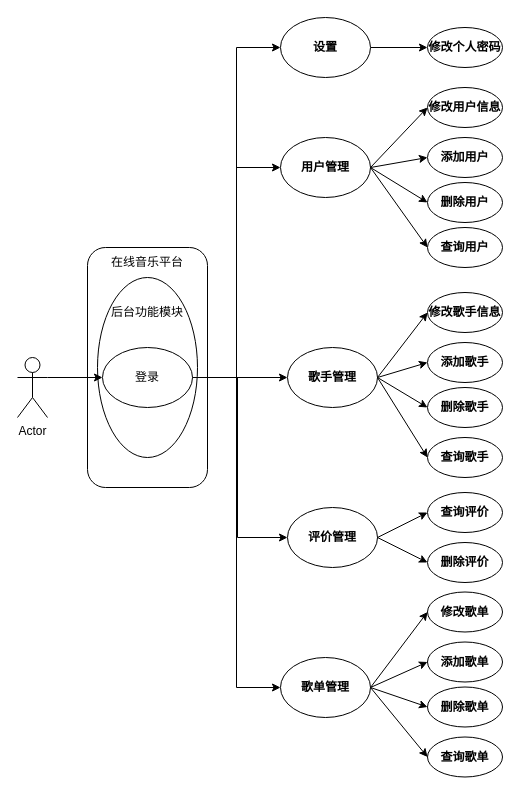
This is 2.drawio from ARUIIIII/ARUIIIII, a draw.io file, before an edit. Source tidied: cells renumbered, new cells numbered last; positions are measured from the earlier drawing's top-left corner, leaving out a move shared by most shapes. Both pictures are drawn from the tidied source at 100%, with x=0, y=0 at pixel (17, 17).
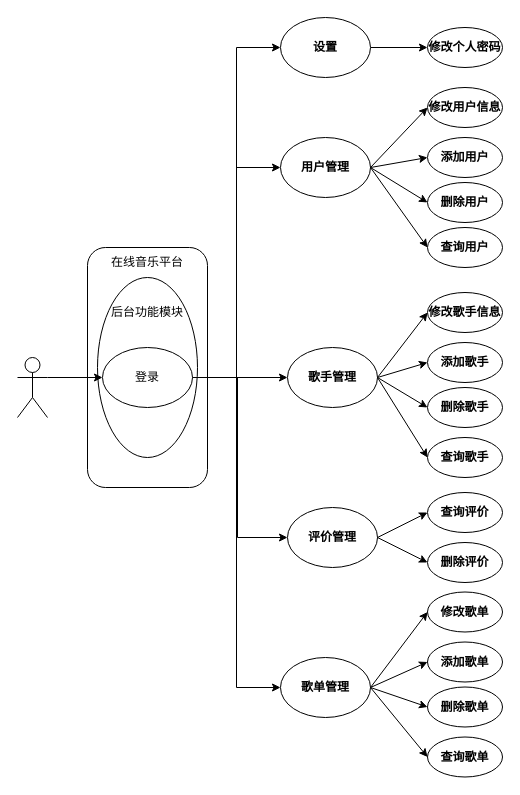
The same page after the edit.

Diff of the diagram source:
```diff
@@
-    <mxCell id="2" value="Actor" style="shape=umlActor;verticalLabelPosition=bottom;verticalAlign=top;html=1;" parent="1" vertex="1">
+    <mxCell id="2" style="shape=umlActor;verticalLabelPosition=bottom;verticalAlign=top;html=1;" parent="1" vertex="1">
       <mxGeometry y="340" width="30" height="60" as="geometry" />
     </mxCell>
```
